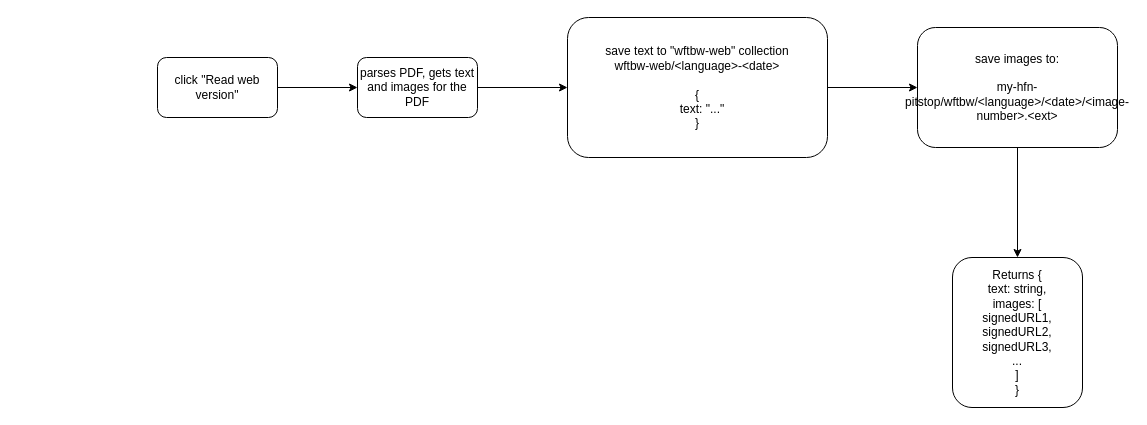
appsparkler/draw.io keeps this draw.io diagram as page "Read Web Version" (7 of 7) of my-hfn-pitstop.drawio. Above is the earlier version. Source tidied: cells renumbered, new cells numbered last; positions are measured from the earlier drawing's top-left corner, leaving out a move shared by most shapes. Both pictures are drawn from the tidied source at 100%, with x=0, y=0 at pixel (157, 17).
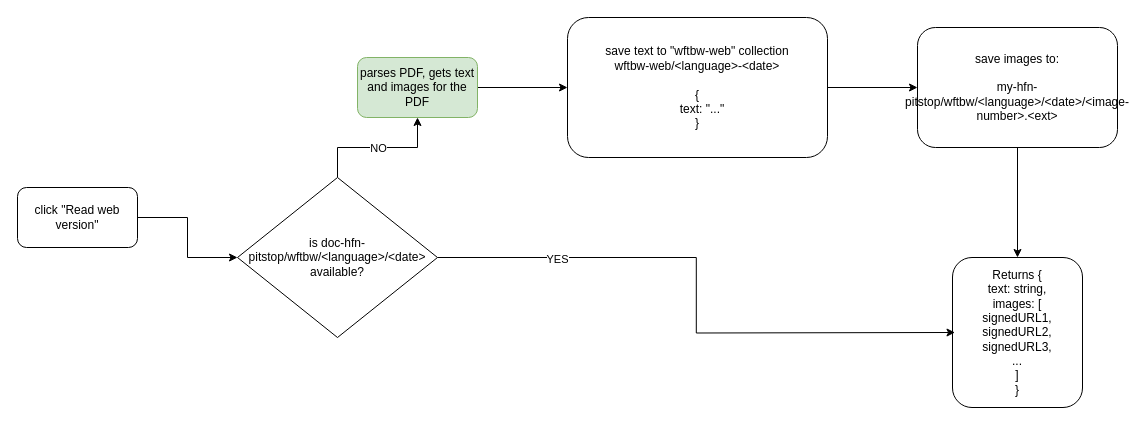
The same diagram, later.

Diff of the diagram source:
```diff
@@
 <mxGraphModel>
   <root>
     <mxCell id="0" />
     <mxCell id="1" parent="0" />
-    <mxCell id="2" style="edgeStyle=orthogonalEdgeStyle;rounded=0;jettySize=auto;html=1;" parent="1" edge="1" source="3" target="5">
+    <mxCell id="2" style="edgeStyle=orthogonalEdgeStyle;rounded=0;jettySize=auto;html=1;" parent="1" edge="1" source="15" target="5">
       <mxGeometry relative="1" as="geometry" />
     </mxCell>
+    <mxCell id="11" value="NO" style="edgeLabel;html=1;align=center;verticalAlign=middle;" parent="2" vertex="1">
+      <mxGeometry x="-0.41" y="2" relative="1" as="geometry">
+        <mxPoint x="29" y="2" as="offset" />
+      </mxGeometry>
+    </mxCell>
     <mxCell id="3" value="click &quot;Read web version&quot;" style="rounded=1;whiteSpace=wrap;html=1;" parent="1" vertex="1">
-      <mxGeometry y="40" width="120" height="60" as="geometry" />
+      <mxGeometry x="-140" y="170" width="120" height="60" as="geometry" />
     </mxCell>
     <mxCell id="4" style="edgeStyle=orthogonalEdgeStyle;rounded=0;jettySize=auto;html=1;" parent="1" edge="1" source="5" target="7">
       <mxGeometry relative="1" as="geometry" />
     </mxCell>
-    <mxCell id="5" value="parses PDF, gets text and images for the PDF" style="whiteSpace=wrap;html=1;rounded=1;" parent="1" vertex="1">
+    <mxCell id="5" value="parses PDF, gets text and images for the PDF" style="whiteSpace=wrap;html=1;rounded=1;fillColor=#d5e8d4;strokeColor=#82b366;" parent="1" vertex="1">
       <mxGeometry x="200" y="40" width="120" height="60" as="geometry" />
     </mxCell>
     <mxCell id="6" style="edgeStyle=orthogonalEdgeStyle;rounded=0;jettySize=auto;html=1;" parent="1" edge="1" source="7" target="9">
       <mxGeometry relative="1" as="geometry" />
     </mxCell>
     <mxCell id="7" value="save text to &quot;wftbw-web&quot; collection&lt;br&gt;wftbw-web/&amp;lt;language&amp;gt;-&amp;lt;date&amp;gt;&lt;br&gt;&lt;br&gt;{&lt;br&gt;&amp;nbsp; &amp;nbsp;text: &quot;...&quot;&lt;br&gt;}" style="whiteSpace=wrap;html=1;rounded=1;" parent="1" vertex="1">
       <mxGeometry x="410" width="260" height="140" as="geometry" />
     </mxCell>
     <mxCell id="8" style="edgeStyle=orthogonalEdgeStyle;rounded=0;jettySize=auto;html=1;" parent="1" edge="1" source="9" target="10">
       <mxGeometry relative="1" as="geometry" />
     </mxCell>
     <mxCell id="9" value="save images to:&lt;br&gt;&lt;br&gt;my-hfn-pitstop/wftbw/&amp;lt;language&amp;gt;/&amp;lt;date&amp;gt;/&amp;lt;image-number&amp;gt;.&amp;lt;ext&amp;gt;" style="whiteSpace=wrap;html=1;rounded=1;" parent="1" vertex="1">
       <mxGeometry x="760" y="10" width="200" height="120" as="geometry" />
     </mxCell>
     <mxCell id="10" value="Returns {&lt;br&gt;&lt;div&gt;text: string,&lt;/div&gt;&lt;div&gt;images: [&lt;/div&gt;&lt;div&gt;signedURL1,&lt;br&gt;signedURL2,&lt;br&gt;signedURL3,&lt;br&gt;...&lt;/div&gt;&lt;div&gt;]&lt;/div&gt;}" style="whiteSpace=wrap;html=1;rounded=1;" parent="1" vertex="1">
       <mxGeometry x="795" y="240" width="130" height="150" as="geometry" />
     </mxCell>
+    <mxCell id="12" style="edgeStyle=orthogonalEdgeStyle;rounded=0;jettySize=auto;html=1;" parent="1" edge="1" source="3" target="15">
+      <mxGeometry relative="1" as="geometry" />
+    </mxCell>
+    <mxCell id="13" style="edgeStyle=orthogonalEdgeStyle;rounded=0;jettySize=auto;html=1;entryX=0;entryY=0.5;entryDx=0;entryDy=0;exitX=1;exitY=0.5;exitDx=0;exitDy=0;" parent="1" edge="1" source="15">
+      <mxGeometry relative="1" as="geometry">
+        <mxPoint x="797.5" y="315" as="targetPoint" />
+      </mxGeometry>
+    </mxCell>
+    <mxCell id="14" value="YES" style="edgeLabel;html=1;align=center;verticalAlign=middle;" parent="13" vertex="1">
+      <mxGeometry x="-0.6" y="-1" relative="1" as="geometry" />
+    </mxCell>
+    <mxCell id="15" value="is doc-hfn-pitstop/wftbw/&amp;lt;language&amp;gt;/&amp;lt;date&amp;gt; available?" style="rhombus;whiteSpace=wrap;html=1;fontStyle=0;" parent="1" vertex="1">
+      <mxGeometry x="80" y="160" width="200" height="160" as="geometry" />
+    </mxCell>
   </root>
 </mxGraphModel>
```
